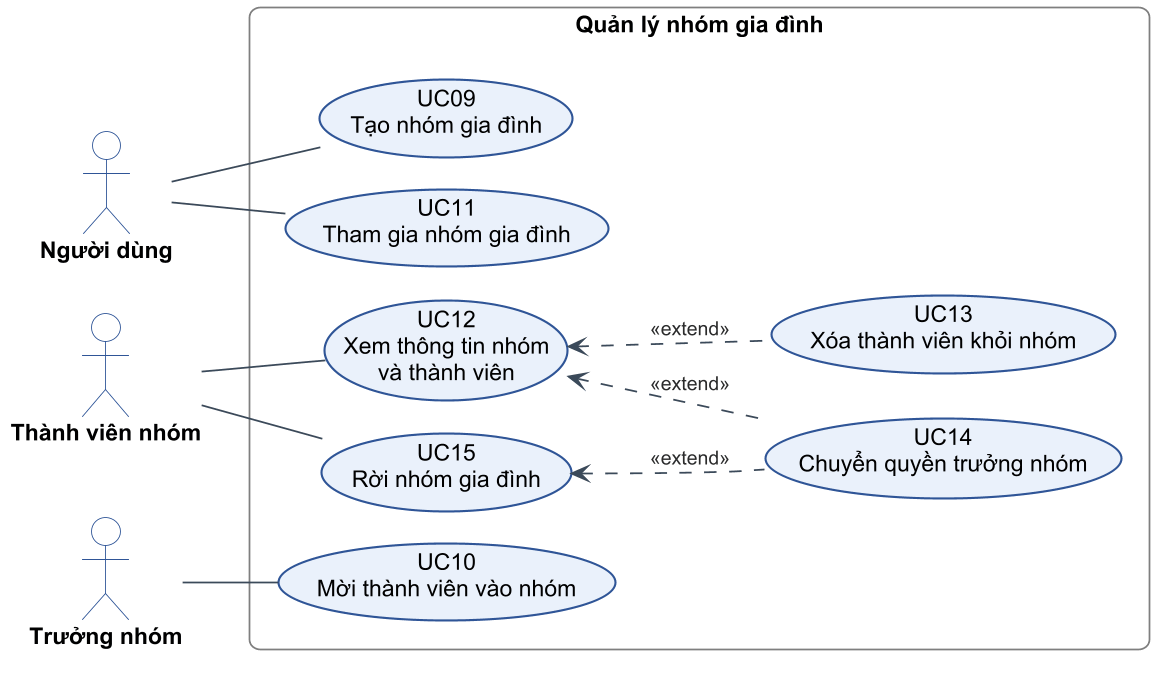
The PlantUML diagram figures/diagrams/c2-05-uc-nhom.png in PhucNguyen204/report-project, before a commit.
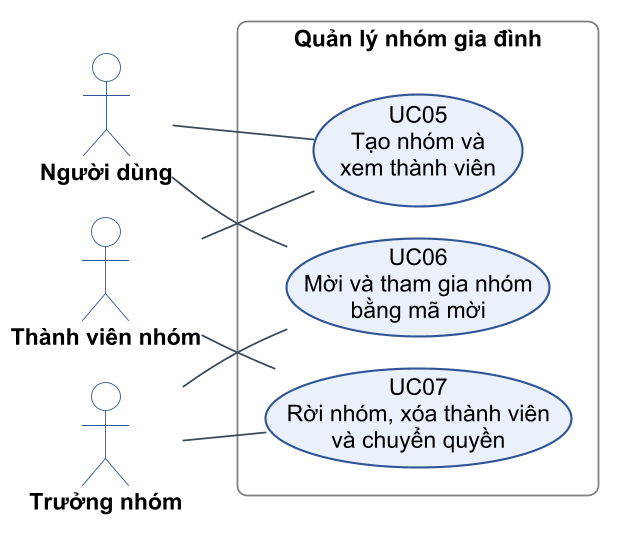
After the change.

What changed in the source:
```diff
@@ -7,21 +7,15 @@
 actor "Trưởng nhóm" as L
 
 rectangle "Quản lý nhóm gia đình" as B {
-  usecase "UC09\nTạo nhóm gia đình" as UC09
-  usecase "UC11\nTham gia nhóm gia đình" as UC11
-  usecase "UC12\nXem thông tin nhóm\nvà thành viên" as UC12
-  usecase "UC15\nRời nhóm gia đình" as UC15
-  usecase "UC10\nMời thành viên vào nhóm" as UC10
-  usecase "UC13\nXóa thành viên khỏi nhóm" as UC13
-  usecase "UC14\nChuyển quyền trưởng nhóm" as UC14
+  usecase "UC05\nTạo nhóm và\nxem thành viên" as UC05
+  usecase "UC06\nMời và tham gia nhóm\nbằng mã mời" as UC06
+  usecase "UC07\nRời nhóm, xóa thành viên\nvà chuyển quyền" as UC07
 }
 
-U -- UC09
-U -- UC11
-M -- UC12
-M -- UC15
-L -- UC10
-UC12 <.. UC13 : <<extend>>
-UC12 <.. UC14 : <<extend>>
-UC15 <.. UC14 : <<extend>>
+U -- UC05
+M -- UC05
+L -- UC06
+U -- UC06
+M -- UC07
+L -- UC07
 @enduml
```
